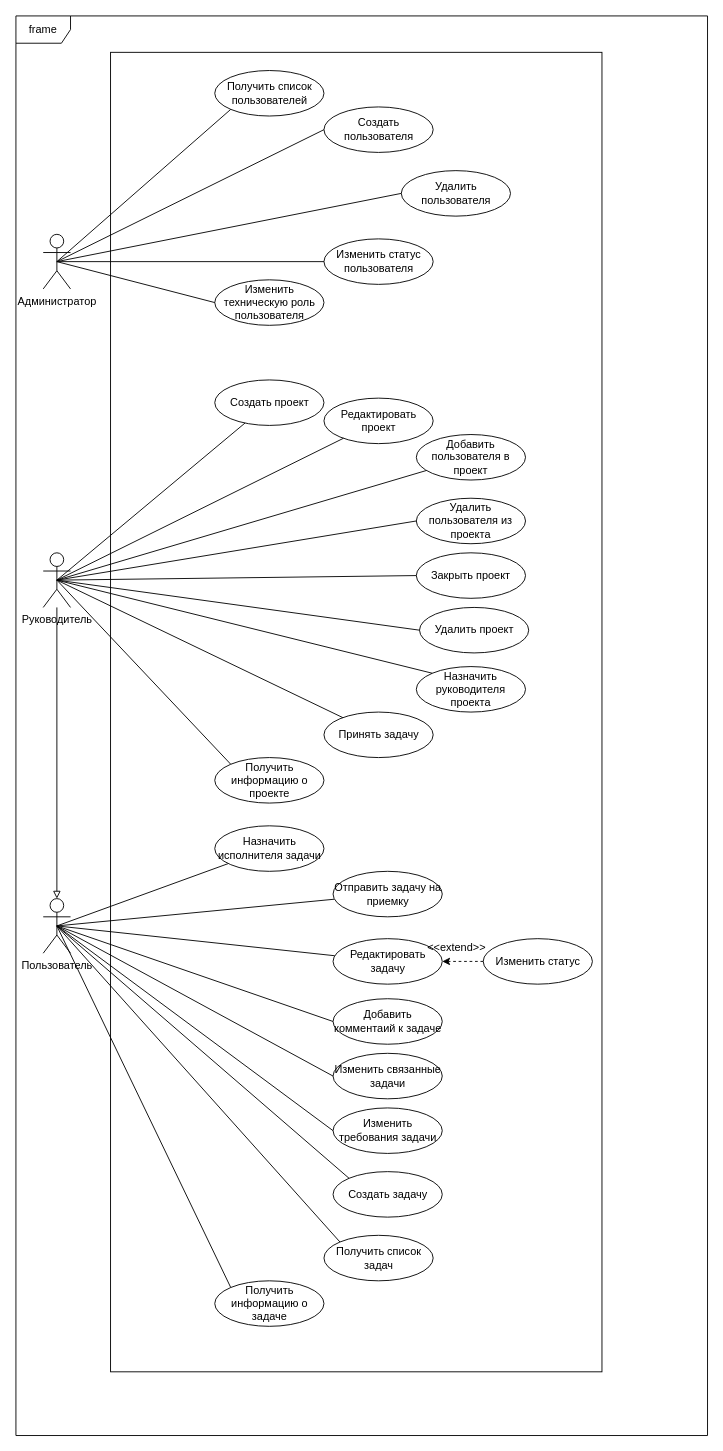
The draw.io diagram page "Page-1" (1 of 2) of docs/diagrams/useCase/base.drawio in chenko16/task-managment, before the edit. Source tidied: cells renumbered, new cells numbered last; positions are measured from the earlier drawing's top-left corner, leaving out a move shared by most shapes. Both pictures are drawn from the tidied source at 91%, with x=0, y=0 at pixel (15, 15).
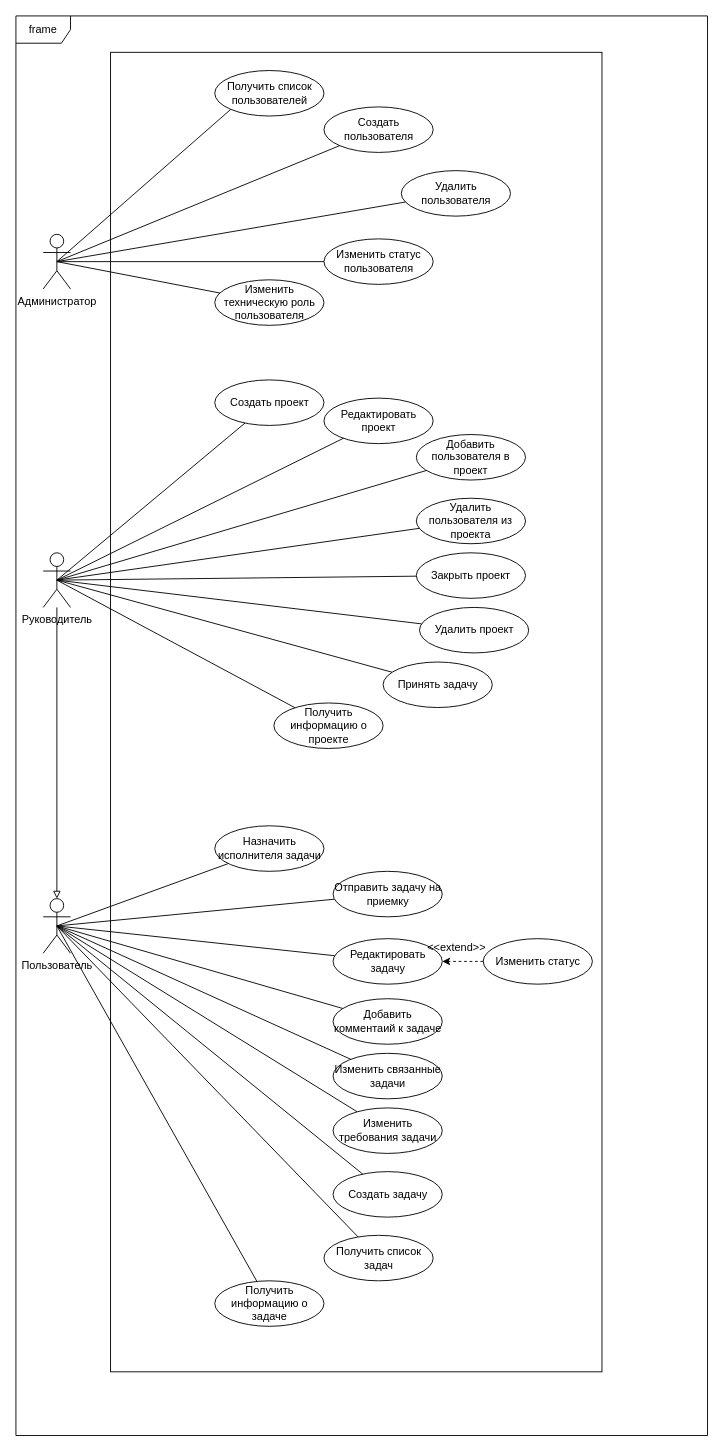
The same diagram, later.

Commit message:
убрал лишний кейс

Unchanged cells that the change refers to:
```xml
<mxCell id="4" value="Руководитель" style="shape=umlActor;verticalLabelPosition=bottom;labelBackgroundColor=#ffffff;verticalAlign=top;html=1;outlineConnect=0;" parent="1" vertex="1">
  <mxGeometry x="30" y="590" width="30" height="60" as="geometry" />
</mxCell>
<mxCell id="5" value="Администратор" style="shape=umlActor;verticalLabelPosition=bottom;labelBackgroundColor=#ffffff;verticalAlign=top;html=1;outlineConnect=0;" parent="1" vertex="1">
  <mxGeometry x="30" y="240" width="30" height="60" as="geometry" />
</mxCell>
<mxCell id="8" value="Пользователь&lt;br&gt;" style="shape=umlActor;verticalLabelPosition=bottom;labelBackgroundColor=#ffffff;verticalAlign=top;html=1;outlineConnect=0;" parent="1" vertex="1">
  <mxGeometry x="30" y="970" width="30" height="60" as="geometry" />
</mxCell>
<mxCell id="16" value="Изменить требования задачи" style="ellipse;whiteSpace=wrap;html=1;" parent="1" vertex="1">
  <mxGeometry x="348.5" y="1200" width="120" height="50" as="geometry" />
</mxCell>
<mxCell id="27" value="Создать пользователя" style="ellipse;whiteSpace=wrap;html=1;" parent="1" vertex="1">
  <mxGeometry x="338.5" y="100" width="120" height="50" as="geometry" />
</mxCell>
<mxCell id="28" value="Удалить пользователя" style="ellipse;whiteSpace=wrap;html=1;" parent="1" vertex="1">
  <mxGeometry x="423.5" y="170" width="120" height="50" as="geometry" />
</mxCell>
<mxCell id="29" value="Изменить статус пользователя" style="ellipse;whiteSpace=wrap;html=1;" parent="1" vertex="1">
  <mxGeometry x="338.5" y="245" width="120" height="50" as="geometry" />
</mxCell>
<mxCell id="30" value="Изменить техническую роль пользователя" style="ellipse;whiteSpace=wrap;html=1;" parent="1" vertex="1">
  <mxGeometry x="218.5" y="290" width="120" height="50" as="geometry" />
</mxCell>
<mxCell id="35" value="Добавить комментаий к задаче" style="ellipse;whiteSpace=wrap;html=1;" parent="1" vertex="1">
  <mxGeometry x="348.5" y="1080" width="120" height="50" as="geometry" />
</mxCell>
<mxCell id="37" value="Закрыть проект" style="ellipse;whiteSpace=wrap;html=1;" parent="1" vertex="1">
  <mxGeometry x="440" y="590" width="120" height="50" as="geometry" />
</mxCell>
<mxCell id="39" value="Изменить связанные задачи" style="ellipse;whiteSpace=wrap;html=1;" parent="1" vertex="1">
  <mxGeometry x="348.5" y="1140" width="120" height="50" as="geometry" />
</mxCell>
<mxCell id="41" value="Удалить проект" style="ellipse;whiteSpace=wrap;html=1;" parent="1" vertex="1">
  <mxGeometry x="443.5" y="650" width="120" height="50" as="geometry" />
</mxCell>
<mxCell id="43" value="Удалить пользователя из проекта" style="ellipse;whiteSpace=wrap;html=1;" parent="1" vertex="1">
  <mxGeometry x="440" y="530" width="120" height="50" as="geometry" />
</mxCell>
<mxCell id="51" value="Создать задачу" style="ellipse;whiteSpace=wrap;html=1;" parent="1" vertex="1">
  <mxGeometry x="348.5" y="1270" width="120" height="50" as="geometry" />
</mxCell>
<mxCell id="53" value="Получить список задач" style="ellipse;whiteSpace=wrap;html=1;" parent="1" vertex="1">
  <mxGeometry x="338.5" y="1340" width="120" height="50" as="geometry" />
</mxCell>
<mxCell id="54" value="Получить информацию о задаче" style="ellipse;whiteSpace=wrap;html=1;" parent="1" vertex="1">
  <mxGeometry x="218.5" y="1390" width="120" height="50" as="geometry" />
</mxCell>
```

Change to the diagram source:
```diff
@@
     <mxCell id="17" value="Принять задачу" style="ellipse;whiteSpace=wrap;html=1;" parent="1" vertex="1">
-      <mxGeometry x="338.5" y="765" width="120" height="50" as="geometry" />
+      <mxGeometry x="403.5" y="710" width="120" height="50" as="geometry" />
     </mxCell>
@@
-    <mxCell id="19" style="edgeStyle=none;rounded=0;jettySize=auto;html=1;exitX=0.5;exitY=0.5;exitDx=0;exitDy=0;exitPerimeter=0;endArrow=none;endFill=0;entryX=0;entryY=0.5;entryDx=0;entryDy=0;" parent="1" edge="1" source="8" target="16">
+    <mxCell id="19" style="edgeStyle=none;rounded=0;jettySize=auto;html=1;exitX=0.5;exitY=0.5;exitDx=0;exitDy=0;exitPerimeter=0;endArrow=none;endFill=0;" parent="1" edge="1" source="8" target="16">
       <mxGeometry relative="1" as="geometry" />
     </mxCell>
@@
-    <mxCell id="31" style="rounded=0;jettySize=auto;html=1;exitX=0.5;exitY=0.5;exitDx=0;exitDy=0;exitPerimeter=0;endArrow=none;endFill=0;entryX=0;entryY=0.5;entryDx=0;entryDy=0;" parent="1" edge="1" source="5" target="27">
+    <mxCell id="31" style="rounded=0;jettySize=auto;html=1;exitX=0.5;exitY=0.5;exitDx=0;exitDy=0;exitPerimeter=0;endArrow=none;endFill=0;" parent="1" edge="1" source="5" target="27">
       <mxGeometry relative="1" as="geometry" />
     </mxCell>
-    <mxCell id="32" style="rounded=0;jettySize=auto;html=1;exitX=0.5;exitY=0.5;exitDx=0;exitDy=0;exitPerimeter=0;endArrow=none;endFill=0;entryX=0;entryY=0.5;entryDx=0;entryDy=0;" parent="1" edge="1" source="5" target="28">
+    <mxCell id="32" style="rounded=0;jettySize=auto;html=1;exitX=0.5;exitY=0.5;exitDx=0;exitDy=0;exitPerimeter=0;endArrow=none;endFill=0;" parent="1" edge="1" source="5" target="28">
       <mxGeometry relative="1" as="geometry" />
     </mxCell>
-    <mxCell id="33" style="rounded=0;jettySize=auto;html=1;exitX=0.5;exitY=0.5;exitDx=0;exitDy=0;exitPerimeter=0;endArrow=none;endFill=0;entryX=0;entryY=0.5;entryDx=0;entryDy=0;" parent="1" edge="1" source="5" target="29">
+    <mxCell id="33" style="rounded=0;jettySize=auto;html=1;exitX=0.5;exitY=0.5;exitDx=0;exitDy=0;exitPerimeter=0;endArrow=none;endFill=0;" parent="1" edge="1" source="5" target="29">
       <mxGeometry relative="1" as="geometry" />
     </mxCell>
-    <mxCell id="34" style="rounded=0;jettySize=auto;html=1;exitX=0.5;exitY=0.5;exitDx=0;exitDy=0;exitPerimeter=0;endArrow=none;endFill=0;entryX=0;entryY=0.5;entryDx=0;entryDy=0;" parent="1" edge="1" source="5" target="30">
+    <mxCell id="34" style="rounded=0;jettySize=auto;html=1;exitX=0.5;exitY=0.5;exitDx=0;exitDy=0;exitPerimeter=0;endArrow=none;endFill=0;" parent="1" edge="1" source="5" target="30">
       <mxGeometry relative="1" as="geometry" />
     </mxCell>
@@
-    <mxCell id="36" style="edgeStyle=none;rounded=0;jettySize=auto;html=1;exitX=0.5;exitY=0.5;exitDx=0;exitDy=0;exitPerimeter=0;endArrow=none;endFill=0;entryX=0;entryY=0.5;entryDx=0;entryDy=0;" parent="1" edge="1" source="8" target="35">
+    <mxCell id="36" style="edgeStyle=none;rounded=0;jettySize=auto;html=1;exitX=0.5;exitY=0.5;exitDx=0;exitDy=0;exitPerimeter=0;endArrow=none;endFill=0;" parent="1" edge="1" source="8" target="35">
       <mxGeometry relative="1" as="geometry" />
     </mxCell>
@@
-    <mxCell id="38" style="edgeStyle=none;rounded=0;jettySize=auto;html=1;exitX=0.5;exitY=0.5;exitDx=0;exitDy=0;exitPerimeter=0;endArrow=none;endFill=0;entryX=0;entryY=0.5;entryDx=0;entryDy=0;" parent="1" edge="1" source="4" target="37">
+    <mxCell id="38" style="edgeStyle=none;rounded=0;jettySize=auto;html=1;exitX=0.5;exitY=0.5;exitDx=0;exitDy=0;exitPerimeter=0;endArrow=none;endFill=0;" parent="1" edge="1" source="4" target="37">
       <mxGeometry relative="1" as="geometry" />
     </mxCell>
@@
-    <mxCell id="40" style="edgeStyle=none;rounded=0;jettySize=auto;html=1;exitX=0.5;exitY=0.5;exitDx=0;exitDy=0;exitPerimeter=0;endArrow=none;endFill=0;entryX=0;entryY=0.5;entryDx=0;entryDy=0;" parent="1" edge="1" source="8" target="39">
+    <mxCell id="40" style="edgeStyle=none;rounded=0;jettySize=auto;html=1;exitX=0.5;exitY=0.5;exitDx=0;exitDy=0;exitPerimeter=0;endArrow=none;endFill=0;" parent="1" edge="1" source="8" target="39">
       <mxGeometry relative="1" as="geometry" />
     </mxCell>
@@
-    <mxCell id="42" style="edgeStyle=none;rounded=0;jettySize=auto;html=1;exitX=0.5;exitY=0.5;exitDx=0;exitDy=0;exitPerimeter=0;endArrow=none;endFill=0;entryX=0;entryY=0.5;entryDx=0;entryDy=0;" parent="1" edge="1" source="4" target="41">
+    <mxCell id="42" style="edgeStyle=none;rounded=0;jettySize=auto;html=1;exitX=0.5;exitY=0.5;exitDx=0;exitDy=0;exitPerimeter=0;endArrow=none;endFill=0;" parent="1" edge="1" source="4" target="41">
       <mxGeometry relative="1" as="geometry" />
     </mxCell>
@@
-    <mxCell id="44" style="edgeStyle=none;rounded=0;jettySize=auto;html=1;exitX=0.5;exitY=0.5;exitDx=0;exitDy=0;exitPerimeter=0;endArrow=none;endFill=0;entryX=0;entryY=0.5;entryDx=0;entryDy=0;" parent="1" edge="1" source="4" target="43">
+    <mxCell id="44" style="edgeStyle=none;rounded=0;jettySize=auto;html=1;exitX=0.5;exitY=0.5;exitDx=0;exitDy=0;exitPerimeter=0;endArrow=none;endFill=0;" parent="1" edge="1" source="4" target="43">
       <mxGeometry relative="1" as="geometry" />
     </mxCell>
-    <mxCell id="45" value="Назначить руководителя проекта" style="ellipse;whiteSpace=wrap;html=1;" parent="1" vertex="1">
-      <mxGeometry x="440" y="715" width="120" height="50" as="geometry" />
-    </mxCell>
-    <mxCell id="46" style="edgeStyle=none;rounded=0;jettySize=auto;html=1;exitX=0.5;exitY=0.5;exitDx=0;exitDy=0;exitPerimeter=0;endArrow=none;endFill=0;entryX=0;entryY=0;entryDx=0;entryDy=0;" parent="1" edge="1" source="4" target="45">
-      <mxGeometry relative="1" as="geometry" />
-    </mxCell>
@@
     <mxCell id="49" value="Получить информацию о проекте" style="ellipse;whiteSpace=wrap;html=1;" parent="1" vertex="1">
-      <mxGeometry x="218.5" y="815" width="120" height="50" as="geometry" />
+      <mxGeometry x="283.5" y="755" width="120" height="50" as="geometry" />
     </mxCell>
-    <mxCell id="50" style="edgeStyle=none;rounded=0;jettySize=auto;html=1;exitX=0.5;exitY=0.5;exitDx=0;exitDy=0;exitPerimeter=0;endArrow=none;endFill=0;entryX=0;entryY=0;entryDx=0;entryDy=0;" parent="1" edge="1" source="4" target="49">
+    <mxCell id="50" style="edgeStyle=none;rounded=0;jettySize=auto;html=1;exitX=0.5;exitY=0.5;exitDx=0;exitDy=0;exitPerimeter=0;endArrow=none;endFill=0;" parent="1" edge="1" source="4" target="49">
       <mxGeometry relative="1" as="geometry" />
     </mxCell>
@@
-    <mxCell id="52" style="edgeStyle=none;rounded=0;jettySize=auto;html=1;exitX=0.5;exitY=0.5;exitDx=0;exitDy=0;exitPerimeter=0;endArrow=none;endFill=0;entryX=0;entryY=0;entryDx=0;entryDy=0;" parent="1" edge="1" source="8" target="51">
+    <mxCell id="52" style="edgeStyle=none;rounded=0;jettySize=auto;html=1;exitX=0.5;exitY=0.5;exitDx=0;exitDy=0;exitPerimeter=0;endArrow=none;endFill=0;" parent="1" edge="1" source="8" target="51">
       <mxGeometry relative="1" as="geometry" />
     </mxCell>
@@
-    <mxCell id="55" style="edgeStyle=none;rounded=0;jettySize=auto;html=1;exitX=0.5;exitY=0.5;exitDx=0;exitDy=0;exitPerimeter=0;endArrow=none;endFill=0;entryX=0;entryY=0;entryDx=0;entryDy=0;" parent="1" edge="1" source="8" target="53">
+    <mxCell id="55" style="edgeStyle=none;rounded=0;jettySize=auto;html=1;exitX=0.5;exitY=0.5;exitDx=0;exitDy=0;exitPerimeter=0;endArrow=none;endFill=0;" parent="1" edge="1" source="8" target="53">
       <mxGeometry relative="1" as="geometry" />
     </mxCell>
-    <mxCell id="56" style="edgeStyle=none;rounded=0;jettySize=auto;html=1;exitX=0.5;exitY=0.5;exitDx=0;exitDy=0;exitPerimeter=0;endArrow=none;endFill=0;entryX=0;entryY=0;entryDx=0;entryDy=0;" parent="1" edge="1" source="8" target="54">
+    <mxCell id="56" style="edgeStyle=none;rounded=0;jettySize=auto;html=1;exitX=0.5;exitY=0.5;exitDx=0;exitDy=0;exitPerimeter=0;endArrow=none;endFill=0;" parent="1" edge="1" source="8" target="54">
       <mxGeometry relative="1" as="geometry" />
     </mxCell>
```
